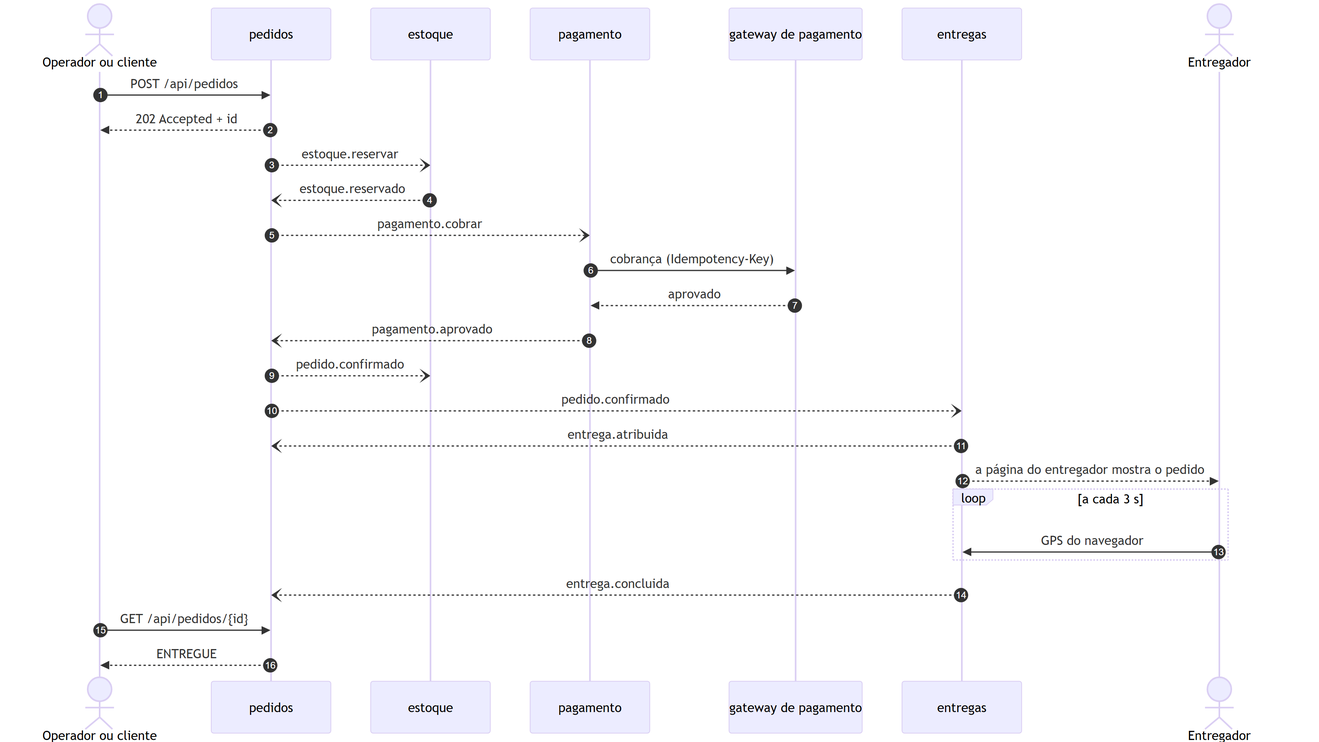
Earlier version of the Mermaid export docs/arquitetura/saga.png (yurirrabelo/5bitsdelivery). Its source is kept beside it as docs/arquitetura/saga.mmd.
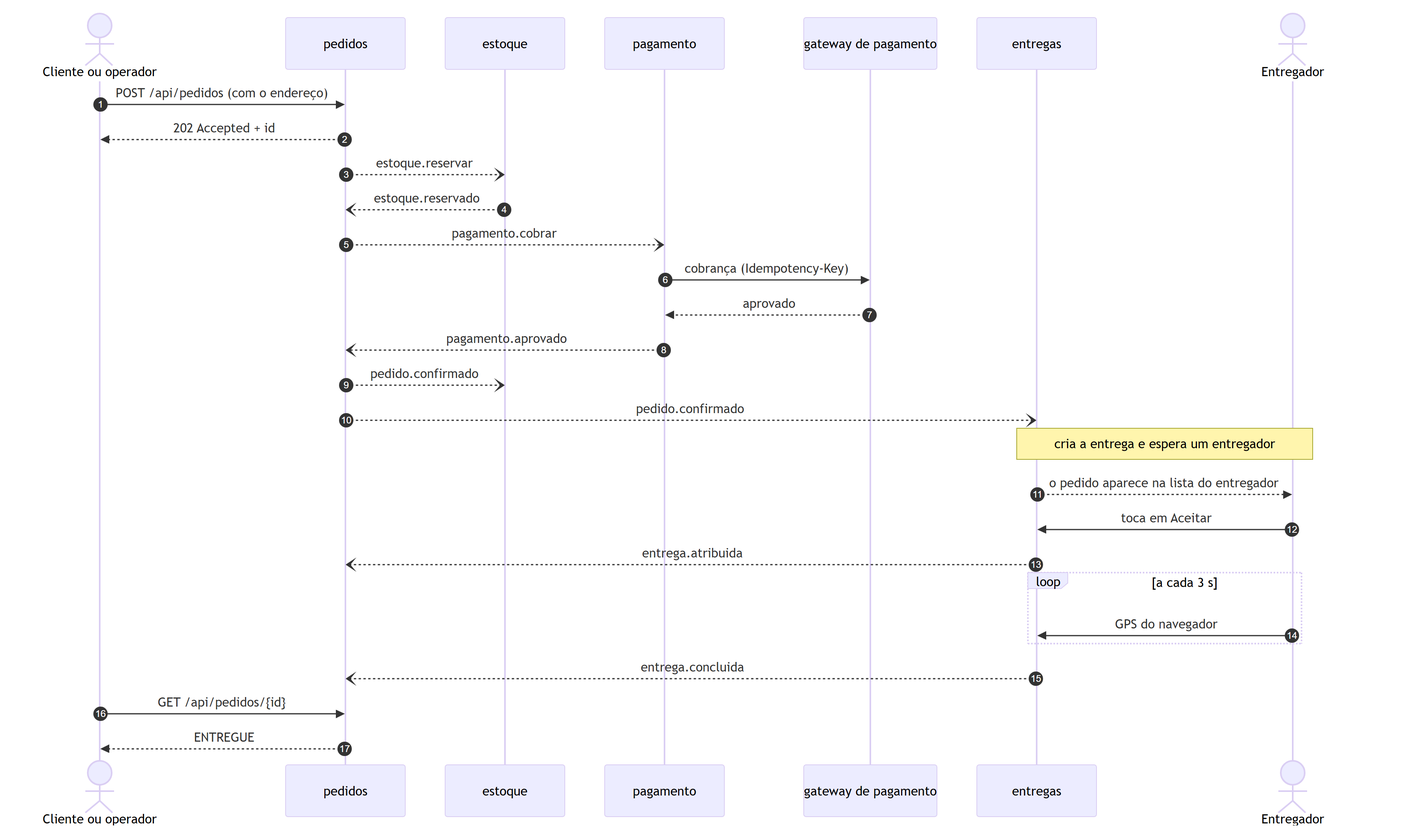
Later version of the same file.

Change to the diagram source:
```diff
@@ -1,13 +1,13 @@
 sequenceDiagram
     autonumber
-    actor C as Operador ou cliente
+    actor C as Cliente ou operador
     participant P as pedidos
     participant E as estoque
     participant PG as pagamento
     participant GW as gateway de pagamento
     participant ENT as entregas
     actor M as Entregador
-    C->>P: POST /api/pedidos
+    C->>P: POST /api/pedidos (com o endereço)
     P-->>C: 202 Accepted + id
     P--)E: estoque.reservar
     E--)P: estoque.reservado
@@ -17,8 +17,10 @@
     PG--)P: pagamento.aprovado
     P--)E: pedido.confirmado
     P--)ENT: pedido.confirmado
+    Note over ENT,M: cria a entrega e espera um entregador
+    ENT-->>M: o pedido aparece na lista do entregador
+    M->>ENT: toca em Aceitar
     ENT--)P: entrega.atribuida
-    ENT-->>M: a página do entregador mostra o pedido
     loop a cada 3 s
         M->>ENT: GPS do navegador
     end
```
